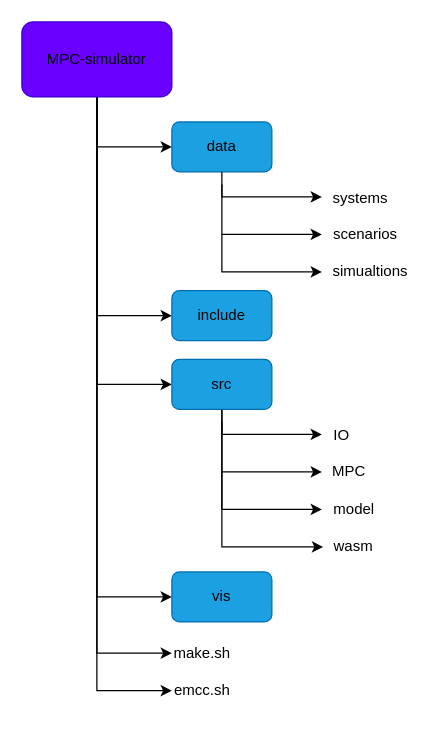
gotvinne/Light-weight-MPC keeps this draw.io diagram as fig/mpc-simulator-structure.drawio. Above is the earlier version. Source tidied: cells renumbered, new cells numbered last; positions are measured from the earlier drawing's top-left corner, leaving out a move shared by most shapes. Both pictures are drawn from the tidied source at 125%, with x=0, y=0 at pixel (21, 21).
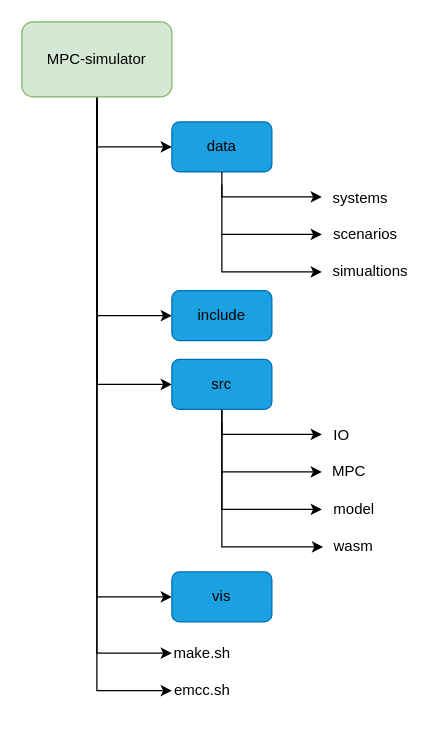
The same page after the edit.

The edit, as a diff of the source:
```diff
@@
-    <mxCell id="13" value="&lt;font color=&quot;#000000&quot;&gt;MPC-simulator&lt;/font&gt;" style="rounded=1;whiteSpace=wrap;html=1;fillColor=#6a00ff;fontColor=#ffffff;strokeColor=#3700CC;" parent="1" vertex="1">
+    <mxCell id="13" value="&lt;font color=&quot;#000000&quot;&gt;MPC-simulator&lt;/font&gt;" style="rounded=1;whiteSpace=wrap;html=1;fillColor=#d5e8d4;strokeColor=#82b366;" parent="1" vertex="1">
       <mxGeometry width="120" height="60" as="geometry" />
     </mxCell>
```
